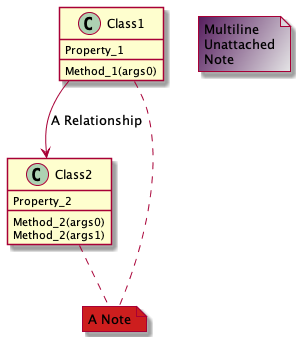
This is .gitbook/assets/Notes08_attached_notes_color.png from unifiedcompliance/compliance-as-code-book, a PlantUML export, as it was before one commit. Its diagram source:
```plantuml
@startuml

class Class1 {
  Method_1(args0)
  Property_1
}

class Class2 {
  Method_2(args0)
  Method_2(args1)
  Property_2
}

Class1 --> Class2 : A Relationship

note "A Note" as noteAlias_1 #CD1E1E

note as noteAlias_2 #561D5E/E6E6E7
Multiline
Unattached
Note
end note

Class1 .. noteAlias_1
Class2 .. noteAlias_1

@enduml
```
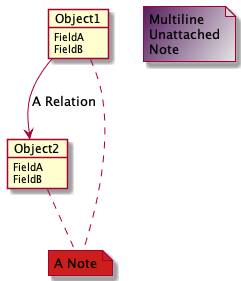
The same file after the commit.

The edit, as a diff of the source:
```diff
@@ -1,27 +1,26 @@
 @startuml
 
-class Class1 {
-  Method_1(args0)
-  Property_1
+object Object1 {
+  FieldA
+  FieldB
 }
 
-class Class2 {
-  Method_2(args0)
-  Method_2(args1)
-  Property_2
+object Object2 {
+  FieldA
+  FieldB
 }
 
-Class1 --> Class2 : A Relationship
+Object1 --> Object2 : A Relation
 
 note "A Note" as noteAlias_1 #CD1E1E
 
-note as noteAlias_2 #561D5E/E6E6E7
-Multiline
-Unattached
-Note
+  note as noteAlias_2 #561D5E/E6E6E7
+  Multiline
+  Unattached
+  Note
 end note
 
-Class1 .. noteAlias_1
-Class2 .. noteAlias_1
+Object1 .. noteAlias_1
+Object2 .. noteAlias_1
 
 @enduml
```
